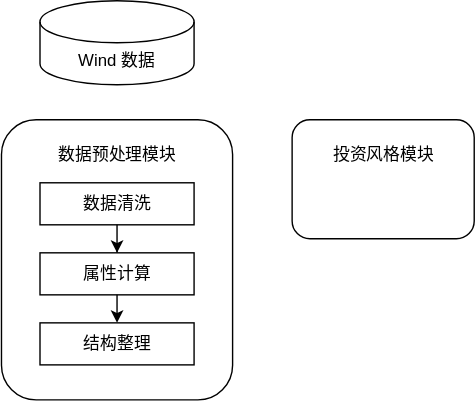
Earlier version of the draw.io export src/assets/系统架构图.drawio.svg (Travelguest/FundAnalysisClient). Source tidied: cells renumbered, new cells last; positions are measured from the earlier drawing's top-left corner, leaving out a move shared by most shapes. Its diagram source:
```xml
<mxGraphModel>
  <root>
    <mxCell id="0" />
    <mxCell id="1" parent="0" />
    <mxCell id="2" value="Wind 数据" style="shape=cylinder3;whiteSpace=wrap;html=1;boundedLbl=1;backgroundOutline=1;size=15;" parent="1" vertex="1">
      <mxGeometry x="28" width="110" height="60" as="geometry" />
    </mxCell>
    <mxCell id="3" style="rounded=1;whiteSpace=wrap;html=1;" parent="1" vertex="1">
      <mxGeometry x="0.5" y="85" width="165" height="200" as="geometry" />
    </mxCell>
    <mxCell id="4" value="数据预处理模块" style="text;html=1;strokeColor=none;fillColor=none;align=center;verticalAlign=middle;whiteSpace=wrap;rounded=0;" parent="1" vertex="1">
      <mxGeometry x="35.5" y="95" width="95" height="30" as="geometry" />
    </mxCell>
    <mxCell id="5" style="rounded=0;whiteSpace=wrap;html=1;" parent="1" vertex="1">
      <mxGeometry x="28" y="130" width="110" height="30" as="geometry" />
    </mxCell>
    <mxCell id="6" style="edgeStyle=orthogonalEdgeStyle;rounded=0;jettySize=auto;html=1;" parent="1" edge="1" source="7" target="8">
      <mxGeometry relative="1" as="geometry" />
    </mxCell>
    <mxCell id="7" value="数据清洗" style="text;html=1;strokeColor=none;fillColor=none;align=center;verticalAlign=middle;whiteSpace=wrap;rounded=0;" parent="1" vertex="1">
      <mxGeometry x="35.5" y="130" width="95" height="30" as="geometry" />
    </mxCell>
    <mxCell id="8" style="whiteSpace=wrap;html=1;" parent="1" vertex="1">
      <mxGeometry x="28" y="180" width="110" height="30" as="geometry" />
    </mxCell>
    <mxCell id="9" style="edgeStyle=orthogonalEdgeStyle;rounded=0;jettySize=auto;html=1;exitX=0.5;exitY=1;exitDx=0;exitDy=0;entryX=0.5;entryY=0;entryDx=0;entryDy=0;" parent="1" edge="1" source="10" target="12">
      <mxGeometry relative="1" as="geometry" />
    </mxCell>
    <mxCell id="10" value="属性计算" style="text;html=1;strokeColor=none;fillColor=none;align=center;verticalAlign=middle;whiteSpace=wrap;rounded=0;" parent="1" vertex="1">
      <mxGeometry x="35.5" y="180" width="95" height="30" as="geometry" />
    </mxCell>
    <mxCell id="11" style="whiteSpace=wrap;html=1;" parent="1" vertex="1">
      <mxGeometry x="28" y="230" width="110" height="30" as="geometry" />
    </mxCell>
    <mxCell id="12" value="结构整理" style="text;html=1;strokeColor=none;fillColor=none;align=center;verticalAlign=middle;whiteSpace=wrap;rounded=0;" parent="1" vertex="1">
      <mxGeometry x="35.5" y="230" width="95" height="30" as="geometry" />
    </mxCell>
    <mxCell id="13" style="rounded=1;whiteSpace=wrap;html=1;" parent="1" vertex="1">
      <mxGeometry x="208" y="85" width="130" height="85" as="geometry" />
    </mxCell>
    <mxCell id="14" value="投资风格模块" style="text;html=1;strokeColor=none;fillColor=none;align=center;verticalAlign=middle;whiteSpace=wrap;rounded=0;" parent="1" vertex="1">
      <mxGeometry x="225.5" y="95" width="95" height="30" as="geometry" />
    </mxCell>
  </root>
</mxGraphModel>
```
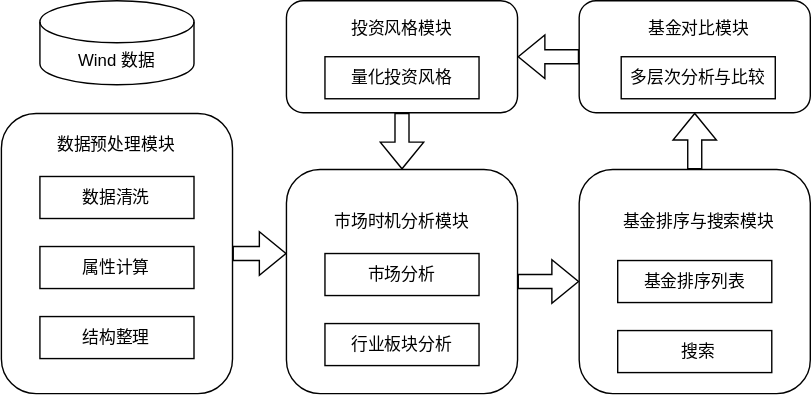
After the change.

Commit message:
更新系统架构图.drawio.svg

The edit, as a diff of the source:
```diff
@@ -3,43 +3,106 @@
     <mxCell id="0" />
     <mxCell id="1" parent="0" />
     <mxCell id="2" value="Wind 数据" style="shape=cylinder3;whiteSpace=wrap;html=1;boundedLbl=1;backgroundOutline=1;size=15;" parent="1" vertex="1">
-      <mxGeometry x="28" width="110" height="60" as="geometry" />
+      <mxGeometry x="28" y="270" width="110" height="60" as="geometry" />
     </mxCell>
-    <mxCell id="3" style="rounded=1;whiteSpace=wrap;html=1;" parent="1" vertex="1">
-      <mxGeometry x="0.5" y="85" width="165" height="200" as="geometry" />
-    </mxCell>
+    <mxCell id="15" style="edgeStyle=orthogonalEdgeStyle;rounded=0;jettySize=auto;html=1;exitX=1;exitY=0.5;exitDx=0;exitDy=0;entryX=0.001;entryY=0.375;entryDx=0;entryDy=0;entryPerimeter=0;shape=flexArrow;" parent="1" edge="1" source="16" target="23">
+      <mxGeometry relative="1" as="geometry" />
+    </mxCell>
+    <mxCell id="16" style="rounded=1;whiteSpace=wrap;html=1;" parent="1" vertex="1">
+      <mxGeometry x="0.5" y="350.5" width="165" height="200" as="geometry" />
+    </mxCell>
     <mxCell id="4" value="数据预处理模块" style="text;html=1;strokeColor=none;fillColor=none;align=center;verticalAlign=middle;whiteSpace=wrap;rounded=0;" parent="1" vertex="1">
-      <mxGeometry x="35.5" y="95" width="95" height="30" as="geometry" />
+      <mxGeometry x="35.5" y="358" width="95" height="30" as="geometry" />
     </mxCell>
-    <mxCell id="5" style="rounded=0;whiteSpace=wrap;html=1;" parent="1" vertex="1">
-      <mxGeometry x="28" y="130" width="110" height="30" as="geometry" />
-    </mxCell>
-    <mxCell id="6" style="edgeStyle=orthogonalEdgeStyle;rounded=0;jettySize=auto;html=1;" parent="1" edge="1" source="7" target="8">
-      <mxGeometry relative="1" as="geometry" />
-    </mxCell>
+    <mxCell id="17" style="rounded=0;whiteSpace=wrap;html=1;" parent="1" vertex="1">
+      <mxGeometry x="28" y="395.5" width="110" height="30" as="geometry" />
+    </mxCell>
     <mxCell id="7" value="数据清洗" style="text;html=1;strokeColor=none;fillColor=none;align=center;verticalAlign=middle;whiteSpace=wrap;rounded=0;" parent="1" vertex="1">
-      <mxGeometry x="35.5" y="130" width="95" height="30" as="geometry" />
+      <mxGeometry x="35.5" y="395.5" width="95" height="30" as="geometry" />
     </mxCell>
-    <mxCell id="8" style="whiteSpace=wrap;html=1;" parent="1" vertex="1">
-      <mxGeometry x="28" y="180" width="110" height="30" as="geometry" />
-    </mxCell>
-    <mxCell id="9" style="edgeStyle=orthogonalEdgeStyle;rounded=0;jettySize=auto;html=1;exitX=0.5;exitY=1;exitDx=0;exitDy=0;entryX=0.5;entryY=0;entryDx=0;entryDy=0;" parent="1" edge="1" source="10" target="12">
-      <mxGeometry relative="1" as="geometry" />
-    </mxCell>
+    <mxCell id="18" style="whiteSpace=wrap;html=1;" parent="1" vertex="1">
+      <mxGeometry x="28" y="445.5" width="110" height="30" as="geometry" />
+    </mxCell>
     <mxCell id="10" value="属性计算" style="text;html=1;strokeColor=none;fillColor=none;align=center;verticalAlign=middle;whiteSpace=wrap;rounded=0;" parent="1" vertex="1">
-      <mxGeometry x="35.5" y="180" width="95" height="30" as="geometry" />
+      <mxGeometry x="35.5" y="445.5" width="95" height="30" as="geometry" />
     </mxCell>
-    <mxCell id="11" style="whiteSpace=wrap;html=1;" parent="1" vertex="1">
-      <mxGeometry x="28" y="230" width="110" height="30" as="geometry" />
-    </mxCell>
+    <mxCell id="19" style="whiteSpace=wrap;html=1;" parent="1" vertex="1">
+      <mxGeometry x="28" y="495.5" width="110" height="30" as="geometry" />
+    </mxCell>
     <mxCell id="12" value="结构整理" style="text;html=1;strokeColor=none;fillColor=none;align=center;verticalAlign=middle;whiteSpace=wrap;rounded=0;" parent="1" vertex="1">
-      <mxGeometry x="35.5" y="230" width="95" height="30" as="geometry" />
+      <mxGeometry x="35.5" y="495.5" width="95" height="30" as="geometry" />
     </mxCell>
-    <mxCell id="13" style="rounded=1;whiteSpace=wrap;html=1;" parent="1" vertex="1">
-      <mxGeometry x="208" y="85" width="130" height="85" as="geometry" />
-    </mxCell>
+    <mxCell id="20" style="edgeStyle=orthogonalEdgeStyle;rounded=0;jettySize=auto;html=1;exitX=0.5;exitY=1;exitDx=0;exitDy=0;shape=flexArrow;endSize=6;startSize=6;" parent="1" edge="1" source="21" target="23">
+      <mxGeometry relative="1" as="geometry" />
+    </mxCell>
+    <mxCell id="21" style="rounded=1;whiteSpace=wrap;html=1;" parent="1" vertex="1">
+      <mxGeometry x="204" y="270" width="165" height="80" as="geometry" />
+    </mxCell>
     <mxCell id="14" value="投资风格模块" style="text;html=1;strokeColor=none;fillColor=none;align=center;verticalAlign=middle;whiteSpace=wrap;rounded=0;" parent="1" vertex="1">
-      <mxGeometry x="225.5" y="95" width="95" height="30" as="geometry" />
+      <mxGeometry x="239" y="274.5" width="95" height="30" as="geometry" />
     </mxCell>
+    <mxCell id="22" style="edgeStyle=orthogonalEdgeStyle;rounded=0;jettySize=auto;html=1;exitX=1;exitY=0.5;exitDx=0;exitDy=0;entryX=0;entryY=0.5;entryDx=0;entryDy=0;shape=flexArrow;" parent="1" edge="1" source="23" target="32">
+      <mxGeometry relative="1" as="geometry" />
+    </mxCell>
+    <mxCell id="23" style="rounded=1;whiteSpace=wrap;html=1;" parent="1" vertex="1">
+      <mxGeometry x="204" y="390.5" width="165" height="160" as="geometry" />
+    </mxCell>
+    <mxCell id="24" value="市场时机分析模块" style="text;html=1;strokeColor=none;fillColor=none;align=center;verticalAlign=middle;whiteSpace=wrap;rounded=0;" parent="1" vertex="1">
+      <mxGeometry x="235.2" y="413" width="102.5" height="30" as="geometry" />
+    </mxCell>
+    <mxCell id="25" style="whiteSpace=wrap;html=1;" parent="1" vertex="1">
+      <mxGeometry x="231.5" y="450.5" width="110" height="30" as="geometry" />
+    </mxCell>
+    <mxCell id="26" value="市场分析" style="text;html=1;strokeColor=none;fillColor=none;align=center;verticalAlign=middle;whiteSpace=wrap;rounded=0;" parent="1" vertex="1">
+      <mxGeometry x="239" y="450.5" width="95" height="30" as="geometry" />
+    </mxCell>
+    <mxCell id="27" style="whiteSpace=wrap;html=1;" parent="1" vertex="1">
+      <mxGeometry x="231.5" y="500.5" width="110" height="30" as="geometry" />
+    </mxCell>
+    <mxCell id="28" value="行业板块分析" style="text;html=1;strokeColor=none;fillColor=none;align=center;verticalAlign=middle;whiteSpace=wrap;rounded=0;" parent="1" vertex="1">
+      <mxGeometry x="239" y="500.5" width="95" height="30" as="geometry" />
+    </mxCell>
+    <mxCell id="29" style="whiteSpace=wrap;html=1;" parent="1" vertex="1">
+      <mxGeometry x="231.5" y="310" width="110" height="30" as="geometry" />
+    </mxCell>
+    <mxCell id="30" value="量化投资风格" style="text;html=1;strokeColor=none;fillColor=none;align=center;verticalAlign=middle;whiteSpace=wrap;rounded=0;" parent="1" vertex="1">
+      <mxGeometry x="239" y="310" width="95" height="30" as="geometry" />
+    </mxCell>
+    <mxCell id="31" style="edgeStyle=orthogonalEdgeStyle;rounded=0;jettySize=auto;html=1;exitX=0.5;exitY=0;exitDx=0;exitDy=0;entryX=0.5;entryY=1;entryDx=0;entryDy=0;shape=flexArrow;" parent="1" edge="1" source="32" target="39">
+      <mxGeometry relative="1" as="geometry" />
+    </mxCell>
+    <mxCell id="32" style="rounded=1;whiteSpace=wrap;html=1;" parent="1" vertex="1">
+      <mxGeometry x="413" y="390.5" width="165" height="160" as="geometry" />
+    </mxCell>
+    <mxCell id="33" value="基金排序与搜索模块" style="text;html=1;strokeColor=none;fillColor=none;align=center;verticalAlign=middle;whiteSpace=wrap;rounded=0;" parent="1" vertex="1">
+      <mxGeometry x="438.6" y="413" width="118.8" height="30" as="geometry" />
+    </mxCell>
+    <mxCell id="34" style="whiteSpace=wrap;html=1;" parent="1" vertex="1">
+      <mxGeometry x="440.5" y="455.5" width="110" height="30" as="geometry" />
+    </mxCell>
+    <mxCell id="35" value="基金排序列表" style="text;html=1;strokeColor=none;fillColor=none;align=center;verticalAlign=middle;whiteSpace=wrap;rounded=0;" parent="1" vertex="1">
+      <mxGeometry x="448" y="455.5" width="95" height="30" as="geometry" />
+    </mxCell>
+    <mxCell id="36" style="whiteSpace=wrap;html=1;" parent="1" vertex="1">
+      <mxGeometry x="440.5" y="505.5" width="110" height="30" as="geometry" />
+    </mxCell>
+    <mxCell id="37" value="搜索" style="text;html=1;strokeColor=none;fillColor=none;align=center;verticalAlign=middle;whiteSpace=wrap;rounded=0;" parent="1" vertex="1">
+      <mxGeometry x="443" y="505.5" width="110" height="30" as="geometry" />
+    </mxCell>
+    <mxCell id="38" style="edgeStyle=orthogonalEdgeStyle;rounded=0;jettySize=auto;html=1;exitX=0;exitY=0.5;exitDx=0;exitDy=0;entryX=1;entryY=0.5;entryDx=0;entryDy=0;shape=flexArrow;" parent="1" edge="1" source="39" target="21">
+      <mxGeometry relative="1" as="geometry" />
+    </mxCell>
+    <mxCell id="39" style="rounded=1;whiteSpace=wrap;html=1;" parent="1" vertex="1">
+      <mxGeometry x="413" y="270" width="165" height="80" as="geometry" />
+    </mxCell>
+    <mxCell id="40" value="基金对比模块" style="text;html=1;strokeColor=none;fillColor=none;align=center;verticalAlign=middle;whiteSpace=wrap;rounded=0;" parent="1" vertex="1">
+      <mxGeometry x="450.5" y="274.5" width="95" height="30" as="geometry" />
+    </mxCell>
+    <mxCell id="41" style="whiteSpace=wrap;html=1;" parent="1" vertex="1">
+      <mxGeometry x="443" y="310" width="110" height="30" as="geometry" />
+    </mxCell>
+    <mxCell id="42" value="多层次分析与比较" style="text;html=1;strokeColor=none;fillColor=none;align=center;verticalAlign=middle;whiteSpace=wrap;rounded=0;" parent="1" vertex="1">
+      <mxGeometry x="443" y="310" width="110" height="30" as="geometry" />
+    </mxCell>
   </root>
 </mxGraphModel>
```
